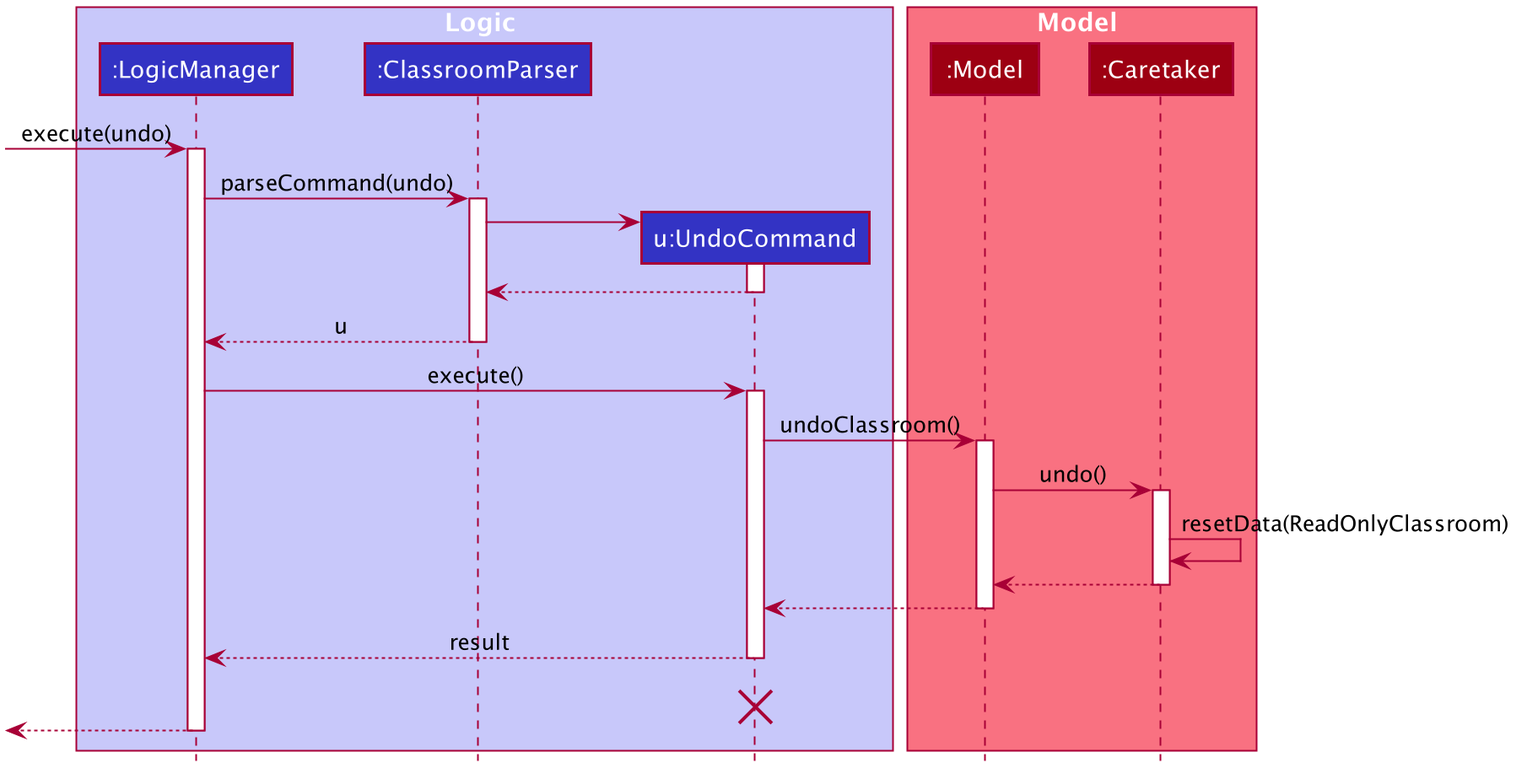
This is images/UndoSequenceDiagram.png from AY1920S1-CS2103-T14-1/main, a PlantUML export, as it was before one commit.
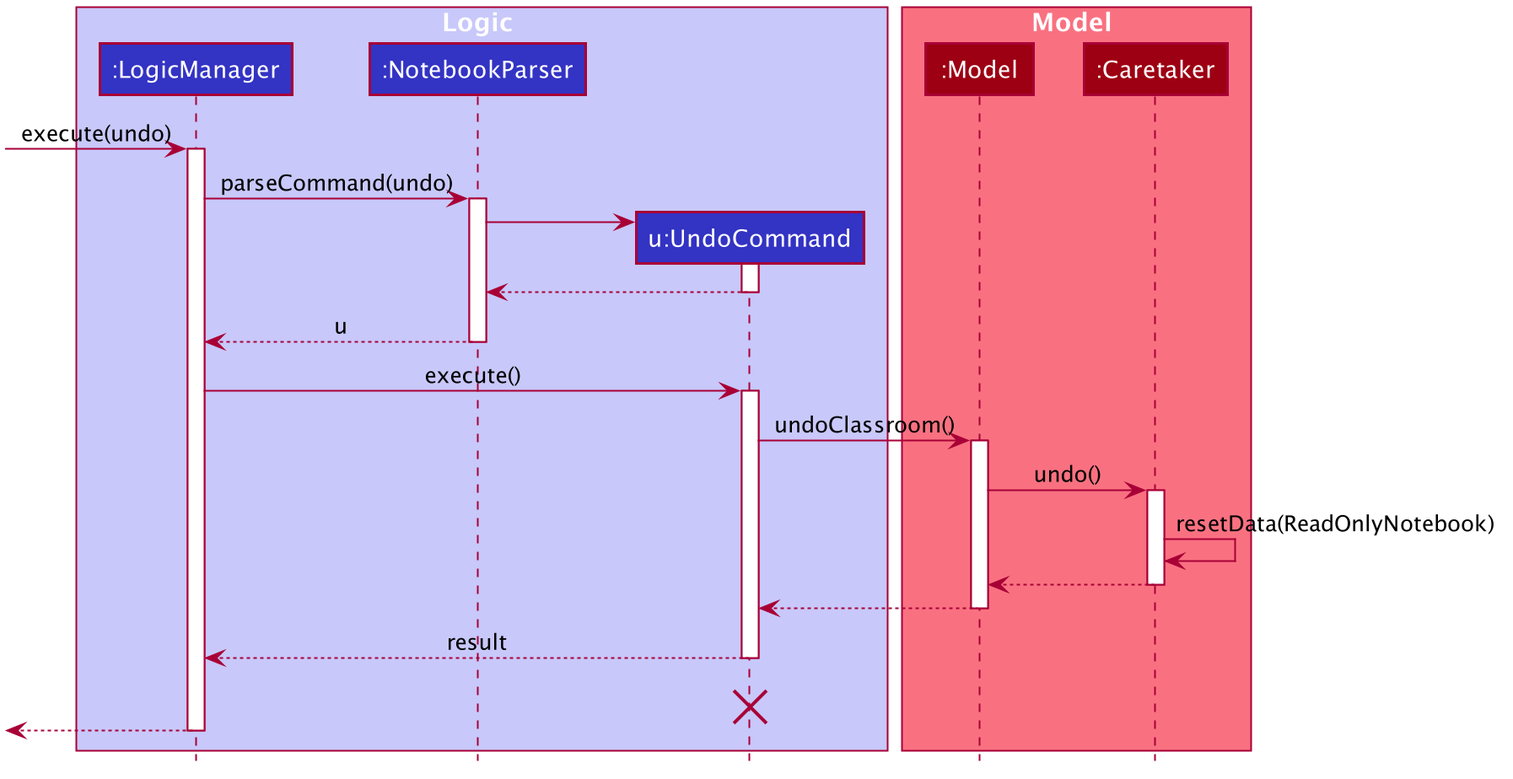
Later version of the same file.

What changed in the source:
```diff
@@ -50,7 +50,7 @@
 
 box Logic #C8C8FA
 participant ":LogicManager" as LogicManager #3333C4
-participant ":ClassroomParser" as ClassroomParser #3333C4
+participant ":NotebookParser" as NotebookParser #3333C4
 participant "u:UndoCommand" as UndoCommand #3333C4
 end box
 
@@ -61,18 +61,18 @@
 [-> LogicManager : execute(undo)
 activate LogicManager
 
-LogicManager -> ClassroomParser : parseCommand(undo)
-activate ClassroomParser
+LogicManager -> NotebookParser : parseCommand(undo)
+activate NotebookParser
 
 create UndoCommand
-ClassroomParser -> UndoCommand
+NotebookParser -> UndoCommand
 activate UndoCommand
 
-UndoCommand --> ClassroomParser
+UndoCommand --> NotebookParser
 deactivate UndoCommand
 
-ClassroomParser --> LogicManager : u
-deactivate ClassroomParser
+NotebookParser --> LogicManager : u
+deactivate NotebookParser
 
 LogicManager -> UndoCommand : execute()
 activate UndoCommand
@@ -83,7 +83,7 @@
 Model -> Caretaker : undo()
 activate Caretaker
 
-Caretaker -> Caretaker :resetData(ReadOnlyClassroom)
+Caretaker -> Caretaker :resetData(ReadOnlyNotebook)
 Caretaker --> Model :
 deactivate Caretaker
 
```
